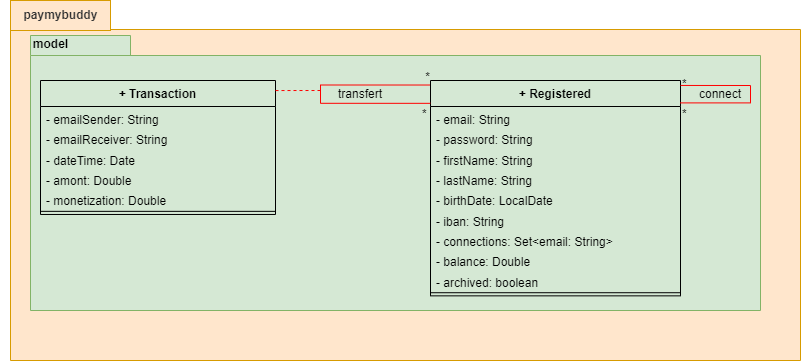
This is UML/payMyBuddyUML-Model classes.drawio.png from emmo78/com.paymybuddy.paymybuddy, a draw.io export, as it was before one commit. Source tidied: cells renumbered, new cells last; positions are measured from the earlier drawing's top-left corner, leaving out a move shared by most shapes. Its diagram source:
```xml
<mxGraphModel>
  <root>
    <mxCell id="0" />
    <mxCell id="1" parent="0" />
    <mxCell id="2" style="shape=folder;fontStyle=1;spacingTop=10;tabWidth=100;tabHeight=29;tabPosition=left;html=1;fillColor=#ffe6cc;strokeColor=#d79b00;rotation=0;" parent="1" vertex="1">
      <mxGeometry x="10" width="790" height="360" as="geometry" />
    </mxCell>
    <mxCell id="3" value="&lt;b style=&quot;color: rgb(51, 51, 51);&quot;&gt;paymybuddy&lt;br&gt;&lt;/b&gt;" style="text;html=1;align=center;verticalAlign=middle;strokeColor=#d79b00;fillColor=#ffe6cc;gradientColor=none;glass=0;" parent="1" vertex="1">
      <mxGeometry x="10" width="100" height="30" as="geometry" />
    </mxCell>
    <mxCell id="4" style="shape=folder;fontStyle=1;spacingTop=10;tabWidth=100;tabHeight=20;tabPosition=left;html=1;fillColor=#d5e8d4;strokeColor=#82b366;" parent="1" vertex="1">
      <mxGeometry x="30" y="35" width="730" height="275" as="geometry" />
    </mxCell>
    <mxCell id="5" value="&lt;span style=&quot;font-size: 12px;&quot;&gt;model&lt;/span&gt;" style="text;strokeColor=none;fillColor=none;html=1;fontSize=24;fontStyle=1;verticalAlign=middle;align=center;" parent="1" vertex="1">
      <mxGeometry y="20" width="100" height="40" as="geometry" />
    </mxCell>
    <mxCell id="6" value="+ Registered" style="swimlane;fontStyle=1;align=center;verticalAlign=top;horizontal=1;startSize=26;fillColor=#d5e8d4;strokeColor=#000000;" parent="1" vertex="1">
      <mxGeometry x="430" y="80" width="250" height="215.4" as="geometry" />
    </mxCell>
    <mxCell id="7" value="- email: String" style="text;strokeColor=none;fillColor=none;align=left;verticalAlign=top;spacingLeft=4;spacingRight=4;overflow=hidden;" parent="6" vertex="1">
      <mxGeometry y="26" width="250" height="20.3" as="geometry" />
    </mxCell>
    <mxCell id="8" value="- password: String" style="text;strokeColor=none;fillColor=none;align=left;verticalAlign=top;spacingLeft=4;spacingRight=4;overflow=hidden;" parent="6" vertex="1">
      <mxGeometry y="46.3" width="250" height="20.3" as="geometry" />
    </mxCell>
    <mxCell id="9" value="- firstName: String" style="text;strokeColor=none;fillColor=none;align=left;verticalAlign=top;spacingLeft=4;spacingRight=4;overflow=hidden;" parent="6" vertex="1">
      <mxGeometry y="66.7" width="250" height="20.3" as="geometry" />
    </mxCell>
    <mxCell id="10" value="- lastName: String" style="text;strokeColor=none;fillColor=none;align=left;verticalAlign=top;spacingLeft=4;spacingRight=4;overflow=hidden;" parent="6" vertex="1">
      <mxGeometry y="87" width="250" height="20.3" as="geometry" />
    </mxCell>
    <mxCell id="11" value="- birthDate: LocalDate" style="text;strokeColor=none;fillColor=none;align=left;verticalAlign=top;spacingLeft=4;spacingRight=4;overflow=hidden;" parent="6" vertex="1">
      <mxGeometry y="107.4" width="250" height="20.3" as="geometry" />
    </mxCell>
    <mxCell id="12" value="- iban: String" style="text;strokeColor=none;fillColor=none;align=left;verticalAlign=top;spacingLeft=4;spacingRight=4;overflow=hidden;" parent="6" vertex="1">
      <mxGeometry y="127.7" width="250" height="20.3" as="geometry" />
    </mxCell>
    <mxCell id="13" value="- connections: Set&lt;email: String&gt;" style="text;strokeColor=none;fillColor=none;align=left;verticalAlign=top;spacingLeft=4;spacingRight=4;overflow=hidden;" parent="6" vertex="1">
      <mxGeometry y="148.1" width="250" height="20.3" as="geometry" />
    </mxCell>
    <mxCell id="14" value="- balance: Double" style="text;strokeColor=none;fillColor=none;align=left;verticalAlign=top;spacingLeft=4;spacingRight=4;overflow=hidden;" parent="6" vertex="1">
      <mxGeometry y="168.4" width="250" height="20.3" as="geometry" />
    </mxCell>
    <mxCell id="15" value="- archived: boolean" style="text;strokeColor=none;fillColor=none;align=left;verticalAlign=top;spacingLeft=4;spacingRight=4;overflow=hidden;" parent="6" vertex="1">
      <mxGeometry y="188.7" width="250" height="20.3" as="geometry" />
    </mxCell>
    <mxCell id="16" style="line;strokeWidth=1;fillColor=none;align=left;verticalAlign=middle;spacingTop=-1;spacingLeft=3;spacingRight=3;labelPosition=right;" parent="6" vertex="1">
      <mxGeometry y="209.1" width="250" height="6.3" as="geometry" />
    </mxCell>
    <mxCell id="17" value="+ Transaction" style="swimlane;fontStyle=1;align=center;verticalAlign=top;horizontal=1;startSize=26;fillColor=#d5e8d4;strokeColor=#000000;" parent="1" vertex="1">
      <mxGeometry x="40" y="80" width="235" height="134" as="geometry" />
    </mxCell>
    <mxCell id="18" value="- emailSender: String" style="text;strokeColor=none;fillColor=none;align=left;verticalAlign=top;spacingLeft=4;spacingRight=4;overflow=hidden;" parent="17" vertex="1">
      <mxGeometry y="26" width="235" height="20.3" as="geometry" />
    </mxCell>
    <mxCell id="19" value="- emailReceiver: String" style="text;strokeColor=none;fillColor=none;align=left;verticalAlign=top;spacingLeft=4;spacingRight=4;overflow=hidden;" parent="17" vertex="1">
      <mxGeometry y="46.3" width="235" height="20.3" as="geometry" />
    </mxCell>
    <mxCell id="20" value="- dateTime: Date" style="text;strokeColor=none;fillColor=none;align=left;verticalAlign=top;spacingLeft=4;spacingRight=4;overflow=hidden;" parent="17" vertex="1">
      <mxGeometry y="66.7" width="235" height="20.3" as="geometry" />
    </mxCell>
    <mxCell id="21" value="- amont: Double" style="text;strokeColor=none;fillColor=none;align=left;verticalAlign=top;spacingLeft=4;spacingRight=4;overflow=hidden;" parent="17" vertex="1">
      <mxGeometry y="87" width="235" height="20.3" as="geometry" />
    </mxCell>
    <mxCell id="22" value="- monetization: Double" style="text;strokeColor=none;fillColor=none;align=left;verticalAlign=top;spacingLeft=4;spacingRight=4;overflow=hidden;" parent="17" vertex="1">
      <mxGeometry y="107.4" width="235" height="20.3" as="geometry" />
    </mxCell>
    <mxCell id="23" style="line;strokeWidth=1;fillColor=none;align=left;verticalAlign=middle;spacingTop=-1;spacingLeft=3;spacingRight=3;labelPosition=right;" parent="17" vertex="1">
      <mxGeometry y="127.7" width="235" height="6.3" as="geometry" />
    </mxCell>
    <mxCell id="24" value="transfert" style="text;html=1;strokeColor=none;fillColor=none;align=center;verticalAlign=middle;whiteSpace=wrap;rounded=0;" parent="1" vertex="1">
      <mxGeometry x="330" y="86" width="60" height="15" as="geometry" />
    </mxCell>
    <mxCell id="25" value="connect" style="text;html=1;strokeColor=none;fillColor=none;align=center;verticalAlign=middle;whiteSpace=wrap;rounded=0;" parent="1" vertex="1">
      <mxGeometry x="690" y="83.5" width="60" height="20" as="geometry" />
    </mxCell>
    <mxCell id="26" style="endArrow=none;html=1;rounded=0;align=center;verticalAlign=top;endFill=0;labelBackgroundColor=none;strokeColor=#FF0000;entryX=1;entryY=0.023;entryDx=0;entryDy=0;entryPerimeter=0;edgeStyle=orthogonalEdgeStyle;exitX=0.999;exitY=0.104;exitDx=0;exitDy=0;exitPerimeter=0;" parent="1" edge="1" source="6" target="6">
      <mxGeometry relative="1" as="geometry">
        <Array as="points">
          <mxPoint x="750" y="102" />
          <mxPoint x="750" y="85" />
        </Array>
      </mxGeometry>
    </mxCell>
    <mxCell id="27" value="*" style="html=1;align=left;verticalAlign=top;labelBackgroundColor=none;glass=0;gradientColor=none;" parent="26" vertex="1">
      <mxGeometry x="-1" relative="1" as="geometry">
        <mxPoint y="-32" as="offset" />
      </mxGeometry>
    </mxCell>
    <mxCell id="28" value="*" style="html=1;align=left;verticalAlign=top;labelBackgroundColor=none;glass=0;gradientColor=none;" parent="26" vertex="1">
      <mxGeometry x="-1" relative="1" as="geometry">
        <mxPoint y="-2" as="offset" />
      </mxGeometry>
    </mxCell>
    <mxCell id="29" style="endArrow=none;html=1;rounded=0;align=center;verticalAlign=top;endFill=0;labelBackgroundColor=none;strokeColor=#FF0000;exitX=-0.001;exitY=0.106;exitDx=0;exitDy=0;exitPerimeter=0;edgeStyle=orthogonalEdgeStyle;entryX=-0.002;entryY=0.021;entryDx=0;entryDy=0;entryPerimeter=0;" parent="1" edge="1" source="6" target="6">
      <mxGeometry relative="1" as="geometry">
        <Array as="points">
          <mxPoint x="320" y="103" />
          <mxPoint x="320" y="85" />
          <mxPoint x="430" y="85" />
        </Array>
      </mxGeometry>
    </mxCell>
    <mxCell id="30" value="*" style="html=1;align=left;verticalAlign=top;labelBackgroundColor=none;" parent="29" vertex="1">
      <mxGeometry x="-1" relative="1" as="geometry">
        <mxPoint x="-10" y="-3" as="offset" />
      </mxGeometry>
    </mxCell>
    <mxCell id="31" value="&lt;span style=&quot;text-align: left&quot;&gt;*&lt;/span&gt;" style="html=1;align=right;verticalAlign=bottom;labelBackgroundColor=none;" parent="29" vertex="1">
      <mxGeometry x="1" relative="1" as="geometry" />
    </mxCell>
    <mxCell id="32" style="endArrow=none;dashed=1;html=1;rounded=0;strokeColor=#FF0000;exitX=1;exitY=0.075;exitDx=0;exitDy=0;exitPerimeter=0;" parent="1" edge="1" source="17">
      <mxGeometry relative="1" as="geometry">
        <mxPoint x="320" y="90" as="targetPoint" />
      </mxGeometry>
    </mxCell>
  </root>
</mxGraphModel>
```
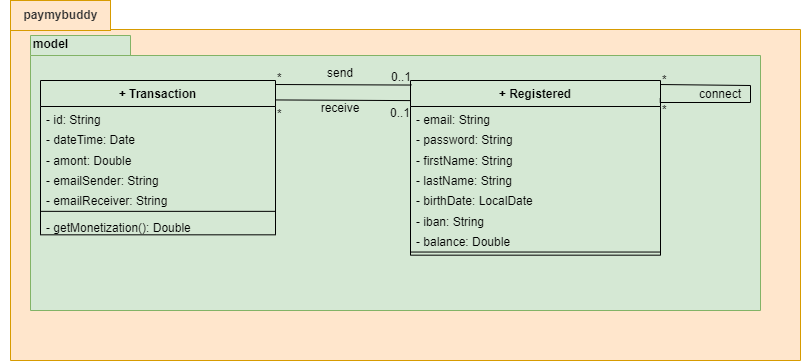
The same diagram one commit later.

Commit message:
feat : UML, MPD, MLD and README.MD

The edit, as a diff of the source:
```diff
@@ -15,7 +15,7 @@
       <mxGeometry y="20" width="100" height="40" as="geometry" />
     </mxCell>
     <mxCell id="6" value="+ Registered" style="swimlane;fontStyle=1;align=center;verticalAlign=top;horizontal=1;startSize=26;fillColor=#d5e8d4;strokeColor=#000000;" parent="1" vertex="1">
-      <mxGeometry x="430" y="80" width="250" height="215.4" as="geometry" />
+      <mxGeometry x="410" y="80" width="250" height="174.7" as="geometry" />
     </mxCell>
     <mxCell id="7" value="- email: String" style="text;strokeColor=none;fillColor=none;align=left;verticalAlign=top;spacingLeft=4;spacingRight=4;overflow=hidden;" parent="6" vertex="1">
       <mxGeometry y="26" width="250" height="20.3" as="geometry" />
@@ -35,46 +35,43 @@
     <mxCell id="12" value="- iban: String" style="text;strokeColor=none;fillColor=none;align=left;verticalAlign=top;spacingLeft=4;spacingRight=4;overflow=hidden;" parent="6" vertex="1">
       <mxGeometry y="127.7" width="250" height="20.3" as="geometry" />
     </mxCell>
-    <mxCell id="13" value="- connections: Set&lt;email: String&gt;" style="text;strokeColor=none;fillColor=none;align=left;verticalAlign=top;spacingLeft=4;spacingRight=4;overflow=hidden;" parent="6" vertex="1">
-      <mxGeometry y="148.1" width="250" height="20.3" as="geometry" />
-    </mxCell>
     <mxCell id="14" value="- balance: Double" style="text;strokeColor=none;fillColor=none;align=left;verticalAlign=top;spacingLeft=4;spacingRight=4;overflow=hidden;" parent="6" vertex="1">
-      <mxGeometry y="168.4" width="250" height="20.3" as="geometry" />
+      <mxGeometry y="148.1" width="250" height="20.3" as="geometry" />
     </mxCell>
-    <mxCell id="15" value="- archived: boolean" style="text;strokeColor=none;fillColor=none;align=left;verticalAlign=top;spacingLeft=4;spacingRight=4;overflow=hidden;" parent="6" vertex="1">
-      <mxGeometry y="188.7" width="250" height="20.3" as="geometry" />
-    </mxCell>
     <mxCell id="16" style="line;strokeWidth=1;fillColor=none;align=left;verticalAlign=middle;spacingTop=-1;spacingLeft=3;spacingRight=3;labelPosition=right;" parent="6" vertex="1">
-      <mxGeometry y="209.1" width="250" height="6.3" as="geometry" />
+      <mxGeometry y="168.4" width="250" height="6.3" as="geometry" />
     </mxCell>
     <mxCell id="17" value="+ Transaction" style="swimlane;fontStyle=1;align=center;verticalAlign=top;horizontal=1;startSize=26;fillColor=#d5e8d4;strokeColor=#000000;" parent="1" vertex="1">
-      <mxGeometry x="40" y="80" width="235" height="134" as="geometry" />
+      <mxGeometry x="40" y="80" width="235" height="154.3" as="geometry" />
     </mxCell>
+    <mxCell id="33" value="- id: String" style="text;strokeColor=none;fillColor=none;align=left;verticalAlign=top;spacingLeft=4;spacingRight=4;overflow=hidden;" parent="17" vertex="1">
+      <mxGeometry y="26" width="235" height="20.3" as="geometry" />
+    </mxCell>
+    <mxCell id="20" value="- dateTime: Date" style="text;strokeColor=none;fillColor=none;align=left;verticalAlign=top;spacingLeft=4;spacingRight=4;overflow=hidden;" parent="17" vertex="1">
+      <mxGeometry y="46.3" width="235" height="20.3" as="geometry" />
+    </mxCell>
+    <mxCell id="21" value="- amont: Double" style="text;strokeColor=none;fillColor=none;align=left;verticalAlign=top;spacingLeft=4;spacingRight=4;overflow=hidden;" parent="17" vertex="1">
+      <mxGeometry y="66.7" width="235" height="20.3" as="geometry" />
+    </mxCell>
     <mxCell id="18" value="- emailSender: String" style="text;strokeColor=none;fillColor=none;align=left;verticalAlign=top;spacingLeft=4;spacingRight=4;overflow=hidden;" parent="17" vertex="1">
-      <mxGeometry y="26" width="235" height="20.3" as="geometry" />
+      <mxGeometry y="87" width="235" height="20.3" as="geometry" />
     </mxCell>
     <mxCell id="19" value="- emailReceiver: String" style="text;strokeColor=none;fillColor=none;align=left;verticalAlign=top;spacingLeft=4;spacingRight=4;overflow=hidden;" parent="17" vertex="1">
-      <mxGeometry y="46.3" width="235" height="20.3" as="geometry" />
+      <mxGeometry y="107.4" width="235" height="20.3" as="geometry" />
     </mxCell>
-    <mxCell id="20" value="- dateTime: Date" style="text;strokeColor=none;fillColor=none;align=left;verticalAlign=top;spacingLeft=4;spacingRight=4;overflow=hidden;" parent="17" vertex="1">
-      <mxGeometry y="66.7" width="235" height="20.3" as="geometry" />
-    </mxCell>
-    <mxCell id="21" value="- amont: Double" style="text;strokeColor=none;fillColor=none;align=left;verticalAlign=top;spacingLeft=4;spacingRight=4;overflow=hidden;" parent="17" vertex="1">
-      <mxGeometry y="87" width="235" height="20.3" as="geometry" />
-    </mxCell>
-    <mxCell id="22" value="- monetization: Double" style="text;strokeColor=none;fillColor=none;align=left;verticalAlign=top;spacingLeft=4;spacingRight=4;overflow=hidden;" parent="17" vertex="1">
-      <mxGeometry y="107.4" width="235" height="20.3" as="geometry" />
-    </mxCell>
     <mxCell id="23" style="line;strokeWidth=1;fillColor=none;align=left;verticalAlign=middle;spacingTop=-1;spacingLeft=3;spacingRight=3;labelPosition=right;" parent="17" vertex="1">
       <mxGeometry y="127.7" width="235" height="6.3" as="geometry" />
     </mxCell>
+    <mxCell id="34" value="- getMonetization(): Double" style="text;strokeColor=none;fillColor=none;align=left;verticalAlign=top;spacingLeft=4;spacingRight=4;overflow=hidden;" parent="17" vertex="1">
+      <mxGeometry y="134" width="235" height="20.3" as="geometry" />
+    </mxCell>
-    <mxCell id="24" value="transfert" style="text;html=1;strokeColor=none;fillColor=none;align=center;verticalAlign=middle;whiteSpace=wrap;rounded=0;" parent="1" vertex="1">
-      <mxGeometry x="330" y="86" width="60" height="15" as="geometry" />
+    <mxCell id="24" value="send" style="text;html=1;strokeColor=none;fillColor=none;align=center;verticalAlign=middle;whiteSpace=wrap;rounded=0;" parent="1" vertex="1">
+      <mxGeometry x="310" y="65" width="60" height="15" as="geometry" />
     </mxCell>
     <mxCell id="25" value="connect" style="text;html=1;strokeColor=none;fillColor=none;align=center;verticalAlign=middle;whiteSpace=wrap;rounded=0;" parent="1" vertex="1">
       <mxGeometry x="690" y="83.5" width="60" height="20" as="geometry" />
     </mxCell>
-    <mxCell id="26" style="endArrow=none;html=1;rounded=0;align=center;verticalAlign=top;endFill=0;labelBackgroundColor=none;strokeColor=#FF0000;entryX=1;entryY=0.023;entryDx=0;entryDy=0;entryPerimeter=0;edgeStyle=orthogonalEdgeStyle;exitX=0.999;exitY=0.104;exitDx=0;exitDy=0;exitPerimeter=0;" parent="1" edge="1" source="6" target="6">
+    <mxCell id="26" style="endArrow=none;html=1;rounded=0;align=center;verticalAlign=top;endFill=0;labelBackgroundColor=none;strokeColor=#000000;entryX=1;entryY=0.023;entryDx=0;entryDy=0;entryPerimeter=0;edgeStyle=orthogonalEdgeStyle;exitX=0.999;exitY=0.104;exitDx=0;exitDy=0;exitPerimeter=0;" parent="1" edge="1" source="6" target="6">
       <mxGeometry relative="1" as="geometry">
         <Array as="points">
           <mxPoint x="750" y="102" />
@@ -92,27 +89,32 @@
         <mxPoint y="-2" as="offset" />
       </mxGeometry>
     </mxCell>
-    <mxCell id="29" style="endArrow=none;html=1;rounded=0;align=center;verticalAlign=top;endFill=0;labelBackgroundColor=none;strokeColor=#FF0000;exitX=-0.001;exitY=0.106;exitDx=0;exitDy=0;exitPerimeter=0;edgeStyle=orthogonalEdgeStyle;entryX=-0.002;entryY=0.021;entryDx=0;entryDy=0;entryPerimeter=0;" parent="1" edge="1" source="6" target="6">
-      <mxGeometry relative="1" as="geometry">
-        <Array as="points">
-          <mxPoint x="320" y="103" />
-          <mxPoint x="320" y="85" />
-          <mxPoint x="430" y="85" />
-        </Array>
-      </mxGeometry>
-    </mxCell>
-    <mxCell id="30" value="*" style="html=1;align=left;verticalAlign=top;labelBackgroundColor=none;" parent="29" vertex="1">
-      <mxGeometry x="-1" relative="1" as="geometry">
-        <mxPoint x="-10" y="-3" as="offset" />
-      </mxGeometry>
-    </mxCell>
-    <mxCell id="31" value="&lt;span style=&quot;text-align: left&quot;&gt;*&lt;/span&gt;" style="html=1;align=right;verticalAlign=bottom;labelBackgroundColor=none;" parent="29" vertex="1">
-      <mxGeometry x="1" relative="1" as="geometry" />
-    </mxCell>
-    <mxCell id="32" style="endArrow=none;dashed=1;html=1;rounded=0;strokeColor=#FF0000;exitX=1;exitY=0.075;exitDx=0;exitDy=0;exitPerimeter=0;" parent="1" edge="1" source="17">
-      <mxGeometry relative="1" as="geometry">
-        <mxPoint x="320" y="90" as="targetPoint" />
-      </mxGeometry>
-    </mxCell>
+    <mxCell id="35" style="endArrow=none;html=1;rounded=0;align=center;verticalAlign=top;endFill=0;labelBackgroundColor=none;entryX=0.004;entryY=0.026;entryDx=0;entryDy=0;exitX=1;exitY=0.026;exitDx=0;exitDy=0;strokeColor=#000000;exitPerimeter=0;entryPerimeter=0;" parent="1" edge="1" source="17" target="6">
+      <mxGeometry relative="1" as="geometry" />
+    </mxCell>
+    <mxCell id="36" value="*" style="html=1;align=left;verticalAlign=top;labelBackgroundColor=none;" parent="35" vertex="1">
+      <mxGeometry x="-1" relative="1" as="geometry">
+        <mxPoint y="-20" as="offset" />
+      </mxGeometry>
+    </mxCell>
+    <mxCell id="37" value="&lt;span style=&quot;text-align: left&quot;&gt;0..1&lt;/span&gt;" style="html=1;align=right;verticalAlign=bottom;labelBackgroundColor=none;" parent="35" vertex="1">
+      <mxGeometry x="1" relative="1" as="geometry" />
+    </mxCell>
+    <mxCell id="38" style="endArrow=none;html=1;rounded=0;align=center;verticalAlign=top;endFill=0;labelBackgroundColor=none;exitX=0.998;exitY=0.126;exitDx=0;exitDy=0;exitPerimeter=0;strokeColor=#000000;entryX=0;entryY=0.115;entryDx=0;entryDy=0;entryPerimeter=0;" parent="1" edge="1" source="17" target="6">
+      <mxGeometry relative="1" as="geometry" />
+    </mxCell>
+    <mxCell id="39" value="*" style="html=1;align=left;verticalAlign=top;labelBackgroundColor=none;" parent="38" vertex="1">
+      <mxGeometry x="-1" relative="1" as="geometry">
+        <mxPoint y="1" as="offset" />
+      </mxGeometry>
+    </mxCell>
+    <mxCell id="40" value="&lt;span style=&quot;text-align: left&quot;&gt;0..1&lt;/span&gt;" style="html=1;align=right;verticalAlign=bottom;labelBackgroundColor=none;" parent="38" vertex="1">
+      <mxGeometry x="1" relative="1" as="geometry">
+        <mxPoint y="21" as="offset" />
+      </mxGeometry>
+    </mxCell>
+    <mxCell id="41" value="receive" style="text;html=1;strokeColor=none;fillColor=none;align=center;verticalAlign=middle;whiteSpace=wrap;rounded=0;" parent="1" vertex="1">
+      <mxGeometry x="310" y="100" width="60" height="15" as="geometry" />
+    </mxCell>
   </root>
 </mxGraphModel>
```
